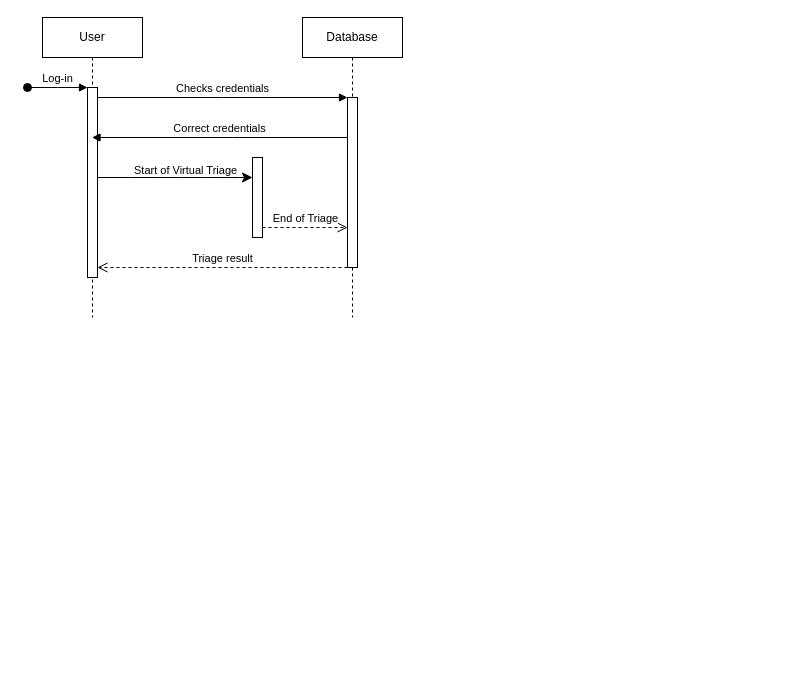
Above: Untitled Diagram.drawio in uvic-teach/project-m1-team8 (draw.io), before the change. Source tidied: cells renumbered, new cells numbered last; positions are measured from the earlier drawing's top-left corner, leaving out a move shared by most shapes. Both pictures are drawn from the tidied source at 100%, with x=0, y=0 at pixel (27, 17).
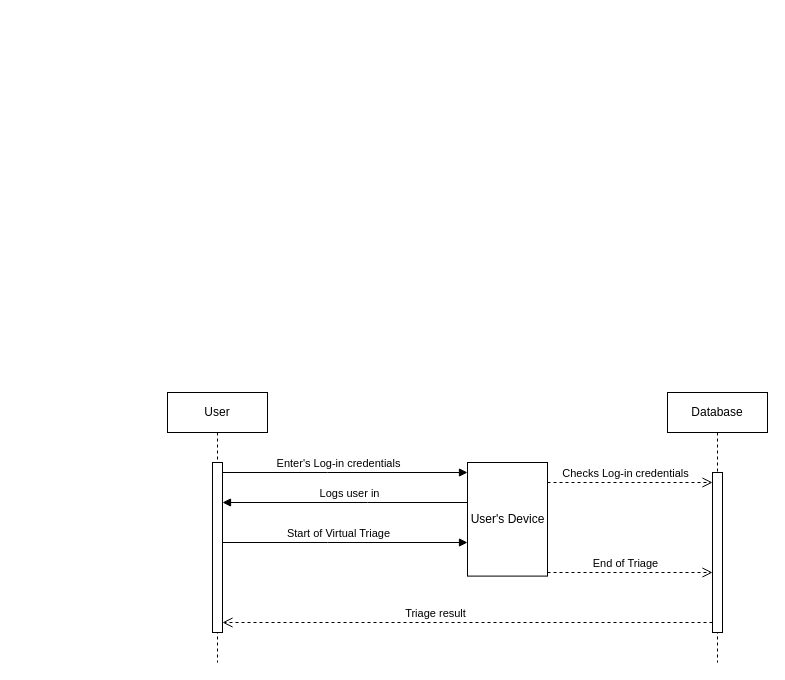
After the change.

Change to the diagram source:
```diff
@@
     <mxCell id="2" value="User" style="shape=umlLifeline;perimeter=lifelinePerimeter;whiteSpace=wrap;html=1;outlineConnect=0;portConstraint=eastwest;newEdgeStyle={&quot;edgeStyle&quot;:&quot;elbowEdgeStyle&quot;,&quot;elbow&quot;:&quot;vertical&quot;,&quot;curved&quot;:0,&quot;rounded&quot;:0};" parent="1" vertex="1">
-      <mxGeometry x="15" width="100" height="300" as="geometry" />
+      <mxGeometry x="140" y="375" width="100" height="270" as="geometry" />
     </mxCell>
     <mxCell id="3" style="html=1;points=[];perimeter=orthogonalPerimeter;outlineConnect=0;targetShapes=umlLifeline;portConstraint=eastwest;newEdgeStyle={&quot;edgeStyle&quot;:&quot;elbowEdgeStyle&quot;,&quot;elbow&quot;:&quot;vertical&quot;,&quot;curved&quot;:0,&quot;rounded&quot;:0};" parent="2" vertex="1">
-      <mxGeometry x="45" y="70" width="10" height="190" as="geometry" />
+      <mxGeometry x="45" y="70" width="10" height="170" as="geometry" />
     </mxCell>
-    <mxCell id="4" value="Log-in" style="html=1;verticalAlign=bottom;startArrow=oval;endArrow=block;startSize=8;edgeStyle=elbowEdgeStyle;elbow=vertical;curved=0;rounded=0;" parent="2" edge="1" target="3">
-      <mxGeometry relative="1" as="geometry">
-        <mxPoint x="-15" y="70" as="sourcePoint" />
-      </mxGeometry>
-    </mxCell>
     <mxCell id="5" value="Database" style="shape=umlLifeline;perimeter=lifelinePerimeter;whiteSpace=wrap;html=1;newEdgeStyle={&quot;edgeStyle&quot;:&quot;elbowEdgeStyle&quot;,&quot;elbow&quot;:&quot;vertical&quot;,&quot;curved&quot;:0,&quot;rounded&quot;:0};" parent="1" vertex="1">
-      <mxGeometry x="275" width="100" height="300" as="geometry" />
+      <mxGeometry x="640" y="375" width="100" height="270" as="geometry" />
     </mxCell>
     <mxCell id="6" style="html=1;points=[];perimeter=orthogonalPerimeter;outlineConnect=0;targetShapes=umlLifeline;portConstraint=eastwest;newEdgeStyle={&quot;edgeStyle&quot;:&quot;elbowEdgeStyle&quot;,&quot;elbow&quot;:&quot;vertical&quot;,&quot;curved&quot;:0,&quot;rounded&quot;:0};" parent="5" vertex="1">
-      <mxGeometry x="45" y="80" width="10" height="170" as="geometry" />
+      <mxGeometry x="45" y="80" width="10" height="160" as="geometry" />
     </mxCell>
-    <mxCell id="7" value="Checks credentials" style="html=1;verticalAlign=bottom;endArrow=block;edgeStyle=elbowEdgeStyle;elbow=vertical;curved=0;rounded=0;" parent="1" edge="1" source="3" target="6">
-      <mxGeometry relative="1" as="geometry">
+    <mxCell id="7" value="Enter's Log-in credentials" style="html=1;verticalAlign=bottom;endArrow=block;edgeStyle=elbowEdgeStyle;elbow=vertical;curved=0;rounded=0;" parent="1" edge="1" source="3" target="13">
+      <mxGeometry x="-0.05" relative="1" as="geometry">
         <Array as="points">
-          <mxPoint x="195" y="80" />
+          <mxPoint x="300" y="455" />
         </Array>
       </mxGeometry>
     </mxCell>
     <mxCell id="8" value="Triage result" style="html=1;verticalAlign=bottom;endArrow=open;dashed=1;endSize=8;edgeStyle=elbowEdgeStyle;elbow=vertical;curved=0;rounded=0;" parent="1" edge="1" source="6" target="3">
-      <mxGeometry relative="1" as="geometry">
+      <mxGeometry x="0.13" relative="1" as="geometry">
         <Array as="points">
-          <mxPoint x="205" y="250" />
+          <mxPoint x="420" y="605" />
         </Array>
       </mxGeometry>
     </mxCell>
-    <mxCell id="9" value="Correct credentials" style="html=1;verticalAlign=bottom;endArrow=block;edgeStyle=elbowEdgeStyle;elbow=vertical;curved=0;rounded=0;" parent="1" edge="1" source="6" target="2">
-      <mxGeometry relative="1" as="geometry">
+    <mxCell id="9" value="Logs user in" style="html=1;verticalAlign=bottom;endArrow=block;edgeStyle=elbowEdgeStyle;elbow=vertical;curved=0;rounded=0;" parent="1" edge="1" source="13" target="3">
+      <mxGeometry x="-0.04" relative="1" as="geometry">
         <Array as="points">
-          <mxPoint x="205" y="120" />
+          <mxPoint x="340" y="485" />
         </Array>
       </mxGeometry>
     </mxCell>
     <mxCell id="10" value="End of Triage" style="html=1;verticalAlign=bottom;endArrow=open;dashed=1;endSize=8;edgeStyle=elbowEdgeStyle;elbow=vertical;curved=0;rounded=0;" parent="1" edge="1" source="13" target="6">
-      <mxGeometry relative="1" as="geometry">
+      <mxGeometry x="-0.05" relative="1" as="geometry">
         <Array as="points">
-          <mxPoint x="245" y="210" />
-          <mxPoint x="195" y="220" />
+          <mxPoint x="530" y="555" />
+          <mxPoint x="400" y="595" />
         </Array>
       </mxGeometry>
     </mxCell>
-    <mxCell id="11" style="endArrow=classic;html=1;rounded=0;fontSize=12;startSize=8;endSize=8;curved=1;" parent="1" edge="1" source="3" target="13">
-      <mxGeometry relative="1" as="geometry">
-        <Array as="points">
-          <mxPoint x="205" y="160" />
-        </Array>
-      </mxGeometry>
-    </mxCell>
+    <mxCell id="13" value="User's Device" style="html=1;points=[];perimeter=orthogonalPerimeter;outlineConnect=0;targetShapes=umlLifeline;portConstraint=eastwest;newEdgeStyle={&quot;edgeStyle&quot;:&quot;elbowEdgeStyle&quot;,&quot;elbow&quot;:&quot;vertical&quot;,&quot;curved&quot;:0,&quot;rounded&quot;:0};" parent="1" vertex="1">
+      <mxGeometry x="440" y="445" width="80" height="113.6" as="geometry" />
+    </mxCell>
+    <mxCell id="14" value="Checks Log-in credentials" style="html=1;verticalAlign=bottom;endArrow=open;dashed=1;endSize=8;edgeStyle=elbowEdgeStyle;elbow=vertical;curved=0;rounded=0;" parent="1" edge="1">
+      <mxGeometry x="-0.05" relative="1" as="geometry">
+        <mxPoint x="520" y="465" as="sourcePoint" />
+        <mxPoint x="685" y="465" as="targetPoint" />
+        <Array as="points">
+          <mxPoint x="530" y="465" />
+          <mxPoint x="400" y="505" />
+        </Array>
+      </mxGeometry>
+    </mxCell>
-    <mxCell id="12" value="&lt;span style=&quot;color: rgb(0, 0, 0); font-family: Helvetica; font-size: 11px; font-style: normal; font-variant-ligatures: normal; font-variant-caps: normal; font-weight: 400; letter-spacing: normal; orphans: 2; text-align: center; text-indent: 0px; text-transform: none; widows: 2; word-spacing: 0px; -webkit-text-stroke-width: 0px; background-color: rgb(255, 255, 255); text-decoration-thickness: initial; text-decoration-style: initial; text-decoration-color: initial; float: none; display: inline !important;&quot;&gt;Start of Virtual Triage&lt;/span&gt;" style="text;whiteSpace=wrap;html=1;fontSize=16;" parent="1" vertex="1">
-      <mxGeometry x="105" y="135" width="110" height="30" as="geometry" />
+    <mxCell id="12" value="Start of Virtual Triage" style="html=1;verticalAlign=bottom;endArrow=block;edgeStyle=elbowEdgeStyle;elbow=vertical;curved=0;rounded=0;" parent="1" edge="1">
+      <mxGeometry x="-0.05" relative="1" as="geometry">
+        <mxPoint x="195" y="525" as="sourcePoint" />
+        <mxPoint x="440" y="525" as="targetPoint" />
+        <Array as="points">
+          <mxPoint x="300" y="525" />
+        </Array>
+      </mxGeometry>
     </mxCell>
-    <mxCell id="13" style="html=1;points=[];perimeter=orthogonalPerimeter;outlineConnect=0;targetShapes=umlLifeline;portConstraint=eastwest;newEdgeStyle={&quot;edgeStyle&quot;:&quot;elbowEdgeStyle&quot;,&quot;elbow&quot;:&quot;vertical&quot;,&quot;curved&quot;:0,&quot;rounded&quot;:0};" parent="1" vertex="1">
-      <mxGeometry x="225" y="140" width="10" height="80" as="geometry" />
-    </mxCell>
```
